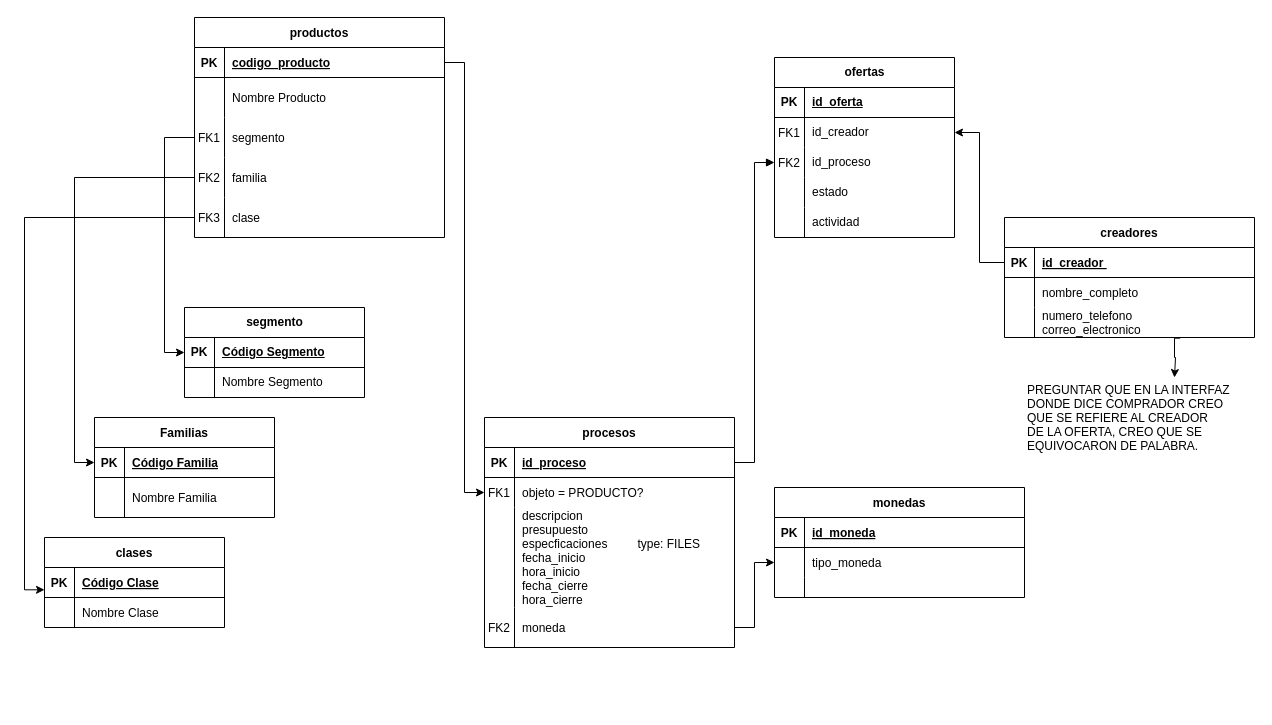
Earlier version of the draw.io diagram Diagrama sin título.drawio (manueld1az/IMC). Source tidied: cells renumbered, new cells numbered last; positions are measured from the earlier drawing's top-left corner, leaving out a move shared by most shapes. Both pictures are drawn from the tidied source at 100%, with x=0, y=0 at pixel (44, 17).
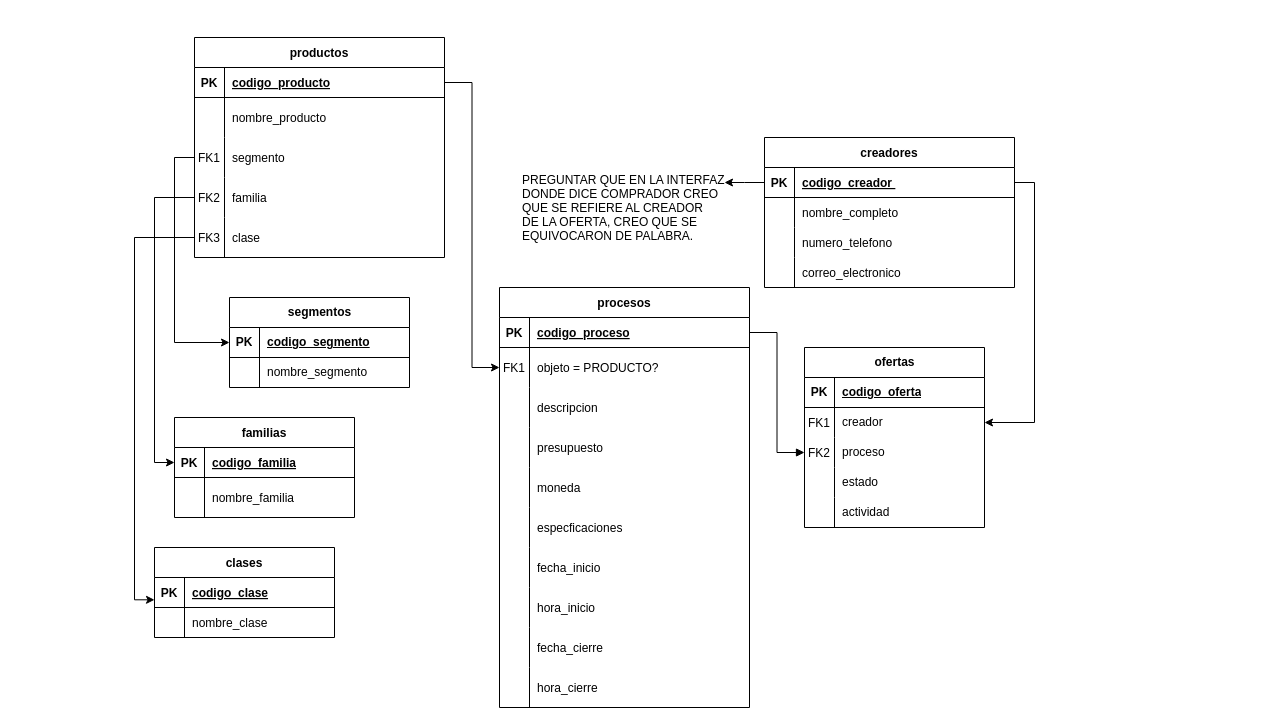
After the change.

Unchanged cells that the change refers to:
```xml
<mxCell id="3" style="shape=partialRectangle;fillColor=none;points=[[0,0.5],[1,0.5]];portConstraint=eastwest;top=0;left=0;right=0;bottom=1;" parent="2" vertex="1">
  <mxGeometry y="30" width="250" height="30" as="geometry" />
</mxCell>
<mxCell id="26" style="shape=partialRectangle;fillColor=none;points=[[0,0.5],[1,0.5]];portConstraint=eastwest;top=0;left=0;right=0;bottom=1;" parent="25" vertex="1">
  <mxGeometry y="30" width="250" height="30" as="geometry" />
</mxCell>
<mxCell id="32" style="shape=partialRectangle;fillColor=none;points=[[0,0.5],[1,0.5]];portConstraint=eastwest;top=0;left=0;right=0;bottom=0;" parent="25" vertex="1">
  <mxGeometry y="90" width="250" height="30" as="geometry" />
</mxCell>
<mxCell id="39" style="shape=partialRectangle;fillColor=none;top=0;left=0;right=0;bottom=0;" parent="35" vertex="1">
  <mxGeometry y="60" width="250" height="40" as="geometry" />
</mxCell>
<mxCell id="52" style="shape=partialRectangle;fillColor=none;points=[[0,0.5],[1,0.5]];portConstraint=eastwest;top=0;left=0;right=0;bottom=1;" parent="51" vertex="1">
  <mxGeometry y="30" width="180" height="30" as="geometry" />
</mxCell>
<mxCell id="55" style="shape=partialRectangle;fillColor=none;top=0;left=0;right=0;bottom=0;" parent="51" vertex="1">
  <mxGeometry y="60" width="180" height="30" as="geometry" />
</mxCell>
<mxCell id="59" style="shape=partialRectangle;fillColor=none;points=[[0,0.5],[1,0.5]];portConstraint=eastwest;top=0;left=0;right=0;bottom=1;" parent="58" vertex="1">
  <mxGeometry y="30" width="180" height="30" as="geometry" />
</mxCell>
<mxCell id="62" style="shape=partialRectangle;fillColor=none;top=0;left=0;right=0;bottom=0;" parent="58" vertex="1">
  <mxGeometry y="60" width="180" height="40" as="geometry" />
</mxCell>
<mxCell id="73" style="shape=tableRow;horizontal=0;startSize=0;swimlaneHead=0;swimlaneBody=0;fillColor=none;top=0;left=0;right=0;bottom=1;" parent="72" vertex="1">
  <mxGeometry y="30" width="180" height="30" as="geometry" />
</mxCell>
<mxCell id="76" style="shape=tableRow;horizontal=0;startSize=0;swimlaneHead=0;swimlaneBody=0;fillColor=none;points=[[0,0.5],[1,0.5]];portConstraint=eastwest;top=0;left=0;right=0;bottom=0;" parent="72" vertex="1">
  <mxGeometry y="60" width="180" height="30" as="geometry" />
</mxCell>
<mxCell id="79" style="shape=tableRow;horizontal=0;startSize=0;swimlaneHead=0;swimlaneBody=0;fillColor=none;points=[[0,0.5],[1,0.5]];portConstraint=eastwest;top=0;left=0;right=0;bottom=0;" parent="72" vertex="1">
  <mxGeometry y="90" width="180" height="30" as="geometry" />
</mxCell>
<mxCell id="92" style="shape=tableRow;horizontal=0;startSize=0;swimlaneHead=0;swimlaneBody=0;fillColor=none;points=[[0,0.5],[1,0.5]];portConstraint=eastwest;top=0;left=0;right=0;bottom=1;" parent="91" vertex="1">
  <mxGeometry y="30" width="180" height="30" as="geometry" />
</mxCell>
<mxCell id="95" style="shape=tableRow;horizontal=0;startSize=0;swimlaneHead=0;swimlaneBody=0;fillColor=none;top=0;left=0;right=0;bottom=0;" parent="91" vertex="1">
  <mxGeometry y="60" width="180" height="30" as="geometry" />
</mxCell>
```

Change to the diagram source:
```diff
@@
     <mxCell id="2" value="procesos" style="shape=table;startSize=30;childLayout=tableLayout;rowLines=0;fontStyle=1;align=center;" parent="1" vertex="1">
-      <mxGeometry x="440" y="400" width="250" height="230" as="geometry" />
+      <mxGeometry x="455" y="270" width="250" height="420" as="geometry" />
     </mxCell>
@@
-    <mxCell id="5" value="id_proceso" style="shape=partialRectangle;overflow=hidden;fillColor=none;top=0;left=0;bottom=0;right=0;align=left;spacingLeft=6;fontStyle=5;" parent="3" vertex="1">
+    <mxCell id="5" value="codigo_proceso" style="shape=partialRectangle;overflow=hidden;fillColor=none;top=0;left=0;bottom=0;right=0;align=left;spacingLeft=6;fontStyle=5;" parent="3" vertex="1">
       <mxGeometry x="30" width="220" height="30" as="geometry" />
     </mxCell>
     <mxCell id="6" style="shape=partialRectangle;fillColor=none;points=[[0,0.5],[1,0.5]];portConstraint=eastwest;top=0;left=0;right=0;bottom=0;" parent="2" vertex="1">
-      <mxGeometry y="60" width="250" height="30" as="geometry" />
+      <mxGeometry y="60" width="250" height="40" as="geometry" />
     </mxCell>
     <mxCell id="7" value="FK1" style="shape=partialRectangle;overflow=hidden;fillColor=none;top=0;left=0;bottom=0;right=0;" parent="6" vertex="1">
-      <mxGeometry width="30" height="30" as="geometry" />
+      <mxGeometry width="30" height="40" as="geometry" />
     </mxCell>
     <mxCell id="8" value="objeto = PRODUCTO?" style="shape=partialRectangle;overflow=hidden;fillColor=none;top=0;left=0;bottom=0;right=0;align=left;spacingLeft=6;" parent="6" vertex="1">
-      <mxGeometry x="30" width="220" height="30" as="geometry" />
+      <mxGeometry x="30" width="220" height="40" as="geometry" />
     </mxCell>
-    <mxCell id="9" style="shape=partialRectangle;fillColor=none;top=0;left=0;right=0;bottom=0;" parent="2" vertex="1">
-      <mxGeometry y="90" width="250" height="100" as="geometry" />
-    </mxCell>
-    <mxCell id="10" style="shape=partialRectangle;overflow=hidden;fillColor=none;top=0;left=0;bottom=0;right=0;" parent="9" vertex="1">
-      <mxGeometry width="30" height="100" as="geometry" />
-    </mxCell>
-    <mxCell id="11" value="descripcion&#10;presupuesto&#10;especficaciones         type: FILES&#10;fecha_inicio&#10;hora_inicio&#10;fecha_cierre&#10;hora_cierre" style="shape=partialRectangle;overflow=hidden;fillColor=none;top=0;left=0;bottom=0;right=0;align=left;spacingLeft=6;" parent="9" vertex="1">
-      <mxGeometry x="30" width="220" height="100" as="geometry" />
-    </mxCell>
+    <mxCell id="102" style="shape=partialRectangle;fillColor=none;top=0;left=0;right=0;bottom=0;" parent="2" vertex="1">
+      <mxGeometry y="100" width="250" height="40" as="geometry" />
+    </mxCell>
+    <mxCell id="103" style="shape=partialRectangle;overflow=hidden;fillColor=none;top=0;left=0;bottom=0;right=0;" parent="102" vertex="1">
+      <mxGeometry width="30" height="40" as="geometry" />
+    </mxCell>
+    <mxCell id="104" value="descripcion" style="shape=partialRectangle;overflow=hidden;fillColor=none;top=0;left=0;bottom=0;right=0;align=left;spacingLeft=6;" parent="102" vertex="1">
+      <mxGeometry x="30" width="220" height="40" as="geometry" />
+    </mxCell>
     <mxCell id="12" style="shape=partialRectangle;fillColor=none;points=[[0,0.5],[1,0.5]];portConstraint=eastwest;top=0;left=0;right=0;bottom=0;" parent="2" vertex="1">
-      <mxGeometry y="190" width="250" height="40" as="geometry" />
+      <mxGeometry y="140" width="250" height="40" as="geometry" />
     </mxCell>
-    <mxCell id="13" value="FK2" style="shape=partialRectangle;overflow=hidden;fillColor=none;top=0;left=0;bottom=0;right=0;" parent="12" vertex="1">
+    <mxCell id="13" style="shape=partialRectangle;overflow=hidden;fillColor=none;top=0;left=0;bottom=0;right=0;" parent="12" vertex="1">
       <mxGeometry width="30" height="40" as="geometry" />
     </mxCell>
-    <mxCell id="14" value="moneda" style="shape=partialRectangle;overflow=hidden;fillColor=none;top=0;left=0;bottom=0;right=0;align=left;spacingLeft=6;" parent="12" vertex="1">
+    <mxCell id="14" value="presupuesto" style="shape=partialRectangle;overflow=hidden;fillColor=none;top=0;left=0;bottom=0;right=0;align=left;spacingLeft=6;" parent="12" vertex="1">
       <mxGeometry x="30" width="220" height="40" as="geometry" />
     </mxCell>
-    <mxCell id="15" value="monedas" style="shape=table;startSize=30;childLayout=tableLayout;rowLines=0;fontStyle=1;align=center;" parent="1" vertex="1">
-      <mxGeometry x="730" y="470" width="250" height="110" as="geometry" />
-    </mxCell>
-    <mxCell id="16" style="shape=partialRectangle;fillColor=none;top=0;left=0;right=0;bottom=1;" parent="15" vertex="1">
-      <mxGeometry y="30" width="250" height="30" as="geometry" />
-    </mxCell>
-    <mxCell id="17" value="PK" style="shape=partialRectangle;overflow=hidden;fillColor=none;top=0;left=0;bottom=0;right=0;fontStyle=1;" parent="16" vertex="1">
-      <mxGeometry width="30" height="30" as="geometry" />
-    </mxCell>
-    <mxCell id="18" value="id_moneda" style="shape=partialRectangle;overflow=hidden;fillColor=none;top=0;left=0;bottom=0;right=0;align=left;spacingLeft=6;fontStyle=5;" parent="16" vertex="1">
-      <mxGeometry x="30" width="220" height="30" as="geometry" />
-    </mxCell>
-    <mxCell id="19" style="shape=partialRectangle;fillColor=none;points=[[0,0.5],[1,0.5]];portConstraint=eastwest;top=0;left=0;right=0;bottom=0;" parent="15" vertex="1">
-      <mxGeometry y="60" width="250" height="30" as="geometry" />
-    </mxCell>
-    <mxCell id="20" style="shape=partialRectangle;overflow=hidden;fillColor=none;top=0;left=0;bottom=0;right=0;" parent="19" vertex="1">
-      <mxGeometry width="30" height="30" as="geometry" />
-    </mxCell>
-    <mxCell id="21" value="tipo_moneda" style="shape=partialRectangle;overflow=hidden;fillColor=none;top=0;left=0;bottom=0;right=0;align=left;spacingLeft=6;" parent="19" vertex="1">
-      <mxGeometry x="30" width="220" height="30" as="geometry" />
-    </mxCell>
-    <mxCell id="22" style="shape=partialRectangle;fillColor=none;top=0;left=0;right=0;bottom=0;" parent="15" vertex="1">
-      <mxGeometry y="90" width="250" height="20" as="geometry" />
-    </mxCell>
-    <mxCell id="23" style="shape=partialRectangle;overflow=hidden;fillColor=none;top=0;left=0;bottom=0;right=0;" parent="22" vertex="1">
-      <mxGeometry width="30" height="20" as="geometry" />
-    </mxCell>
-    <mxCell id="24" style="shape=partialRectangle;overflow=hidden;fillColor=none;top=0;left=0;bottom=0;right=0;align=left;spacingLeft=6;" parent="22" vertex="1">
-      <mxGeometry x="30" width="220" height="20" as="geometry" />
-    </mxCell>
+    <mxCell id="105" style="shape=partialRectangle;fillColor=none;top=0;left=0;right=0;bottom=0;" parent="2" vertex="1">
+      <mxGeometry y="180" width="250" height="40" as="geometry" />
+    </mxCell>
+    <mxCell id="106" style="shape=partialRectangle;overflow=hidden;fillColor=none;top=0;left=0;bottom=0;right=0;" parent="105" vertex="1">
+      <mxGeometry width="30" height="40" as="geometry" />
+    </mxCell>
+    <mxCell id="107" value="moneda" style="shape=partialRectangle;overflow=hidden;fillColor=none;top=0;left=0;bottom=0;right=0;align=left;spacingLeft=6;" parent="105" vertex="1">
+      <mxGeometry x="30" width="220" height="40" as="geometry" />
+    </mxCell>
+    <mxCell id="108" style="shape=partialRectangle;fillColor=none;top=0;left=0;right=0;bottom=0;" parent="2" vertex="1">
+      <mxGeometry y="220" width="250" height="40" as="geometry" />
+    </mxCell>
+    <mxCell id="109" style="shape=partialRectangle;overflow=hidden;fillColor=none;top=0;left=0;bottom=0;right=0;" parent="108" vertex="1">
+      <mxGeometry width="30" height="40" as="geometry" />
+    </mxCell>
+    <mxCell id="110" value="especficaciones" style="shape=partialRectangle;overflow=hidden;fillColor=none;top=0;left=0;bottom=0;right=0;align=left;spacingLeft=6;" parent="108" vertex="1">
+      <mxGeometry x="30" width="220" height="40" as="geometry" />
+    </mxCell>
+    <mxCell id="111" style="shape=partialRectangle;fillColor=none;top=0;left=0;right=0;bottom=0;" parent="2" vertex="1">
+      <mxGeometry y="260" width="250" height="40" as="geometry" />
+    </mxCell>
+    <mxCell id="112" style="shape=partialRectangle;overflow=hidden;fillColor=none;top=0;left=0;bottom=0;right=0;" parent="111" vertex="1">
+      <mxGeometry width="30" height="40" as="geometry" />
+    </mxCell>
+    <mxCell id="113" value="fecha_inicio" style="shape=partialRectangle;overflow=hidden;fillColor=none;top=0;left=0;bottom=0;right=0;align=left;spacingLeft=6;" parent="111" vertex="1">
+      <mxGeometry x="30" width="220" height="40" as="geometry" />
+    </mxCell>
+    <mxCell id="114" style="shape=partialRectangle;fillColor=none;top=0;left=0;right=0;bottom=0;" parent="2" vertex="1">
+      <mxGeometry y="300" width="250" height="40" as="geometry" />
+    </mxCell>
+    <mxCell id="115" style="shape=partialRectangle;overflow=hidden;fillColor=none;top=0;left=0;bottom=0;right=0;" parent="114" vertex="1">
+      <mxGeometry width="30" height="40" as="geometry" />
+    </mxCell>
+    <mxCell id="116" value="hora_inicio" style="shape=partialRectangle;overflow=hidden;fillColor=none;top=0;left=0;bottom=0;right=0;align=left;spacingLeft=6;" parent="114" vertex="1">
+      <mxGeometry x="30" width="220" height="40" as="geometry" />
+    </mxCell>
+    <mxCell id="117" style="shape=partialRectangle;fillColor=none;top=0;left=0;right=0;bottom=0;" parent="2" vertex="1">
+      <mxGeometry y="340" width="250" height="40" as="geometry" />
+    </mxCell>
+    <mxCell id="118" style="shape=partialRectangle;overflow=hidden;fillColor=none;top=0;left=0;bottom=0;right=0;" parent="117" vertex="1">
+      <mxGeometry width="30" height="40" as="geometry" />
+    </mxCell>
+    <mxCell id="119" value="fecha_cierre" style="shape=partialRectangle;overflow=hidden;fillColor=none;top=0;left=0;bottom=0;right=0;align=left;spacingLeft=6;" parent="117" vertex="1">
+      <mxGeometry x="30" width="220" height="40" as="geometry" />
+    </mxCell>
+    <mxCell id="120" style="shape=partialRectangle;fillColor=none;top=0;left=0;right=0;bottom=0;" parent="2" vertex="1">
+      <mxGeometry y="380" width="250" height="40" as="geometry" />
+    </mxCell>
+    <mxCell id="121" style="shape=partialRectangle;overflow=hidden;fillColor=none;top=0;left=0;bottom=0;right=0;" parent="120" vertex="1">
+      <mxGeometry width="30" height="40" as="geometry" />
+    </mxCell>
+    <mxCell id="122" value="hora_cierre" style="shape=partialRectangle;overflow=hidden;fillColor=none;top=0;left=0;bottom=0;right=0;align=left;spacingLeft=6;" parent="120" vertex="1">
+      <mxGeometry x="30" width="220" height="40" as="geometry" />
+    </mxCell>
     <mxCell id="25" value="creadores" style="shape=table;startSize=30;childLayout=tableLayout;rowLines=0;fontStyle=1;align=center;" parent="1" vertex="1">
-      <mxGeometry x="960" y="200" width="250" height="120" as="geometry" />
+      <mxGeometry x="720" y="120" width="250" height="150" as="geometry" />
     </mxCell>
@@
-    <mxCell id="28" value="id_creador " style="shape=partialRectangle;overflow=hidden;fillColor=none;top=0;left=0;bottom=0;right=0;align=left;spacingLeft=6;fontStyle=5;" parent="26" vertex="1">
+    <mxCell id="28" value="codigo_creador " style="shape=partialRectangle;overflow=hidden;fillColor=none;top=0;left=0;bottom=0;right=0;align=left;spacingLeft=6;fontStyle=5;" parent="26" vertex="1">
       <mxGeometry x="30" width="220" height="30" as="geometry" />
     </mxCell>
@@
-    <mxCell id="34" value="numero_telefono&#10;correo_electronico" style="shape=partialRectangle;overflow=hidden;fillColor=none;top=0;left=0;bottom=0;right=0;align=left;spacingLeft=6;" parent="32" vertex="1">
+    <mxCell id="34" value="numero_telefono" style="shape=partialRectangle;overflow=hidden;fillColor=none;top=0;left=0;bottom=0;right=0;align=left;spacingLeft=6;" parent="32" vertex="1">
       <mxGeometry x="30" width="220" height="30" as="geometry" />
     </mxCell>
+    <mxCell id="123" style="shape=partialRectangle;fillColor=none;top=0;left=0;right=0;bottom=0;" parent="25" vertex="1">
+      <mxGeometry y="120" width="250" height="30" as="geometry" />
+    </mxCell>
+    <mxCell id="20" style="shape=partialRectangle;overflow=hidden;fillColor=none;top=0;left=0;bottom=0;right=0;" parent="123" vertex="1">
+      <mxGeometry width="30" height="30" as="geometry" />
+    </mxCell>
+    <mxCell id="124" value="correo_electronico" style="shape=partialRectangle;overflow=hidden;fillColor=none;top=0;left=0;bottom=0;right=0;align=left;spacingLeft=6;" parent="123" vertex="1">
+      <mxGeometry x="30" width="220" height="30" as="geometry" />
+    </mxCell>
     <mxCell id="35" value="productos" style="shape=table;startSize=30;childLayout=tableLayout;rowLines=0;fontStyle=1;align=center;" parent="1" vertex="1">
-      <mxGeometry x="150" width="250" height="220" as="geometry" />
+      <mxGeometry x="150" y="20" width="250" height="220" as="geometry" />
     </mxCell>
@@
-    <mxCell id="41" value="Nombre Producto" style="shape=partialRectangle;overflow=hidden;fillColor=none;top=0;left=0;bottom=0;right=0;align=left;spacingLeft=6;" parent="39" vertex="1">
+    <mxCell id="41" value="nombre_producto" style="shape=partialRectangle;overflow=hidden;fillColor=none;top=0;left=0;bottom=0;right=0;align=left;spacingLeft=6;" parent="39" vertex="1">
       <mxGeometry x="30" width="220" height="40" as="geometry" />
     </mxCell>
@@
     <mxCell id="51" value="clases" style="shape=table;startSize=30;childLayout=tableLayout;rowLines=0;fontStyle=1;align=center;" parent="1" vertex="1">
-      <mxGeometry y="520" width="180" height="90" as="geometry" />
+      <mxGeometry x="110" y="530" width="180" height="90" as="geometry" />
     </mxCell>
@@
-    <mxCell id="54" value="Código Clase" style="shape=partialRectangle;overflow=hidden;fillColor=none;top=0;left=0;bottom=0;right=0;align=left;spacingLeft=6;fontStyle=5;" parent="52" vertex="1">
+    <mxCell id="54" value="codigo_clase" style="shape=partialRectangle;overflow=hidden;fillColor=none;top=0;left=0;bottom=0;right=0;align=left;spacingLeft=6;fontStyle=5;" parent="52" vertex="1">
       <mxGeometry x="30" width="150" height="30" as="geometry" />
     </mxCell>
@@
-    <mxCell id="57" value="Nombre Clase" style="shape=partialRectangle;overflow=hidden;fillColor=none;top=0;left=0;bottom=0;right=0;align=left;spacingLeft=6;" parent="55" vertex="1">
+    <mxCell id="57" value="nombre_clase" style="shape=partialRectangle;overflow=hidden;fillColor=none;top=0;left=0;bottom=0;right=0;align=left;spacingLeft=6;" parent="55" vertex="1">
       <mxGeometry x="30" width="150" height="30" as="geometry" />
     </mxCell>
-    <mxCell id="58" value="Familias" style="shape=table;startSize=30;childLayout=tableLayout;rowLines=0;fontStyle=1;align=center;" parent="1" vertex="1">
-      <mxGeometry x="50" y="400" width="180" height="100" as="geometry" />
+    <mxCell id="58" value="familias" style="shape=table;startSize=30;childLayout=tableLayout;rowLines=0;fontStyle=1;align=center;" parent="1" vertex="1">
+      <mxGeometry x="130" y="400" width="180" height="100" as="geometry" />
     </mxCell>
@@
-    <mxCell id="61" value="Código Familia" style="shape=partialRectangle;overflow=hidden;fillColor=none;top=0;left=0;bottom=0;right=0;align=left;spacingLeft=6;fontStyle=5;" parent="59" vertex="1">
+    <mxCell id="61" value="codigo_familia" style="shape=partialRectangle;overflow=hidden;fillColor=none;top=0;left=0;bottom=0;right=0;align=left;spacingLeft=6;fontStyle=5;" parent="59" vertex="1">
       <mxGeometry x="30" width="150" height="30" as="geometry" />
     </mxCell>
@@
-    <mxCell id="64" value="Nombre Familia" style="shape=partialRectangle;overflow=hidden;fillColor=none;top=0;left=0;bottom=0;right=0;align=left;spacingLeft=6;" parent="62" vertex="1">
+    <mxCell id="64" value="nombre_familia" style="shape=partialRectangle;overflow=hidden;fillColor=none;top=0;left=0;bottom=0;right=0;align=left;spacingLeft=6;" parent="62" vertex="1">
       <mxGeometry x="30" width="150" height="40" as="geometry" />
     </mxCell>
-    <mxCell id="65" style="edgeStyle=orthogonalEdgeStyle;rounded=0;jettySize=auto;html=1;entryX=0;entryY=0.5;entryDx=0;entryDy=0;exitX=1;exitY=0.5;exitDx=0;exitDy=0;" parent="1" edge="1" source="12" target="19">
-      <mxGeometry relative="1" as="geometry" />
-    </mxCell>
@@
     <mxCell id="67" value="PREGUNTAR QUE EN LA INTERFAZ &#10;DONDE DICE COMPRADOR CREO &#10;QUE SE REFIERE AL CREADOR&#10;DE LA OFERTA, CREO QUE SE &#10;EQUIVOCARON DE PALABRA." style="shape=partialRectangle;overflow=hidden;fillColor=none;top=0;left=0;bottom=0;right=0;align=left;spacingLeft=6;" parent="1" vertex="1">
-      <mxGeometry x="975" y="350" width="220" height="100" as="geometry" />
+      <mxGeometry x="470" y="140" width="220" height="100" as="geometry" />
     </mxCell>
-    <mxCell id="68" style="edgeStyle=orthogonalEdgeStyle;rounded=0;jettySize=auto;html=1;exitX=0.703;exitY=1.022;exitDx=0;exitDy=0;exitPerimeter=0;" parent="1" edge="1" source="32">
-      <mxGeometry relative="1" as="geometry">
-        <mxPoint x="1130" y="360" as="targetPoint" />
-        <Array as="points">
-          <mxPoint x="1130" y="321" />
-          <mxPoint x="1130" y="340" />
-          <mxPoint x="1131" y="340" />
-          <mxPoint x="1131" y="360" />
-        </Array>
-      </mxGeometry>
-    </mxCell>
     <mxCell id="69" style="group;" parent="1" vertex="1">
-      <mxGeometry x="730" y="40" width="180" height="150" as="geometry" />
+      <mxGeometry x="760" y="330" width="180" height="150" as="geometry" />
     </mxCell>
@@
-    <mxCell id="75" value="id_oferta" style="shape=partialRectangle;fillColor=none;top=0;left=0;bottom=0;right=0;align=left;spacingLeft=6;fontStyle=5;overflow=hidden;whiteSpace=wrap;html=1;" parent="73" vertex="1">
+    <mxCell id="75" value="codigo_oferta" style="shape=partialRectangle;fillColor=none;top=0;left=0;bottom=0;right=0;align=left;spacingLeft=6;fontStyle=5;overflow=hidden;whiteSpace=wrap;html=1;" parent="73" vertex="1">
       <mxGeometry x="30" width="150" height="30" as="geometry" />
     </mxCell>
@@
-    <mxCell id="78" value="id_creador" style="shape=partialRectangle;fillColor=none;top=0;left=0;bottom=0;right=0;align=left;spacingLeft=6;overflow=hidden;whiteSpace=wrap;html=1;" parent="76" vertex="1">
+    <mxCell id="78" value="creador" style="shape=partialRectangle;fillColor=none;top=0;left=0;bottom=0;right=0;align=left;spacingLeft=6;overflow=hidden;whiteSpace=wrap;html=1;" parent="76" vertex="1">
       <mxGeometry x="30" width="150" height="30" as="geometry" />
     </mxCell>
@@
-    <mxCell id="81" value="id_proceso" style="shape=partialRectangle;fillColor=none;top=0;left=0;bottom=0;right=0;align=left;spacingLeft=6;overflow=hidden;whiteSpace=wrap;html=1;" parent="79" vertex="1">
+    <mxCell id="81" value="proceso" style="shape=partialRectangle;fillColor=none;top=0;left=0;bottom=0;right=0;align=left;spacingLeft=6;overflow=hidden;whiteSpace=wrap;html=1;" parent="79" vertex="1">
       <mxGeometry x="30" width="150" height="30" as="geometry" />
     </mxCell>
@@
-    <mxCell id="91" value="segmento" style="shape=table;startSize=30;childLayout=tableLayout;rowLines=0;fontStyle=1;align=center;html=1;" parent="1" vertex="1">
-      <mxGeometry x="140" y="290" width="180" height="90" as="geometry" />
+    <mxCell id="91" value="segmentos" style="shape=table;startSize=30;childLayout=tableLayout;rowLines=0;fontStyle=1;align=center;html=1;" parent="1" vertex="1">
+      <mxGeometry x="185" y="280" width="180" height="90" as="geometry" />
     </mxCell>
@@
-    <mxCell id="94" value="Código Segmento" style="shape=partialRectangle;fillColor=none;top=0;left=0;bottom=0;right=0;align=left;spacingLeft=6;fontStyle=5;overflow=hidden;whiteSpace=wrap;html=1;" parent="92" vertex="1">
+    <mxCell id="94" value="codigo_segmento" style="shape=partialRectangle;fillColor=none;top=0;left=0;bottom=0;right=0;align=left;spacingLeft=6;fontStyle=5;overflow=hidden;whiteSpace=wrap;html=1;" parent="92" vertex="1">
       <mxGeometry x="30" width="150" height="30" as="geometry" />
     </mxCell>
@@
-    <mxCell id="97" value="Nombre Segmento" style="shape=partialRectangle;fillColor=none;top=0;left=0;bottom=0;right=0;align=left;spacingLeft=6;overflow=hidden;whiteSpace=wrap;html=1;" parent="95" vertex="1">
+    <mxCell id="97" value="nombre_segmento" style="shape=partialRectangle;fillColor=none;top=0;left=0;bottom=0;right=0;align=left;spacingLeft=6;overflow=hidden;whiteSpace=wrap;html=1;" parent="95" vertex="1">
       <mxGeometry x="30" width="150" height="30" as="geometry" />
     </mxCell>
@@
+    <mxCell id="125" style="edgeStyle=orthogonalEdgeStyle;rounded=0;jettySize=auto;html=1;" parent="1" edge="1" source="26">
+      <mxGeometry relative="1" as="geometry">
+        <mxPoint x="680" y="165" as="targetPoint" />
+      </mxGeometry>
+    </mxCell>
```
